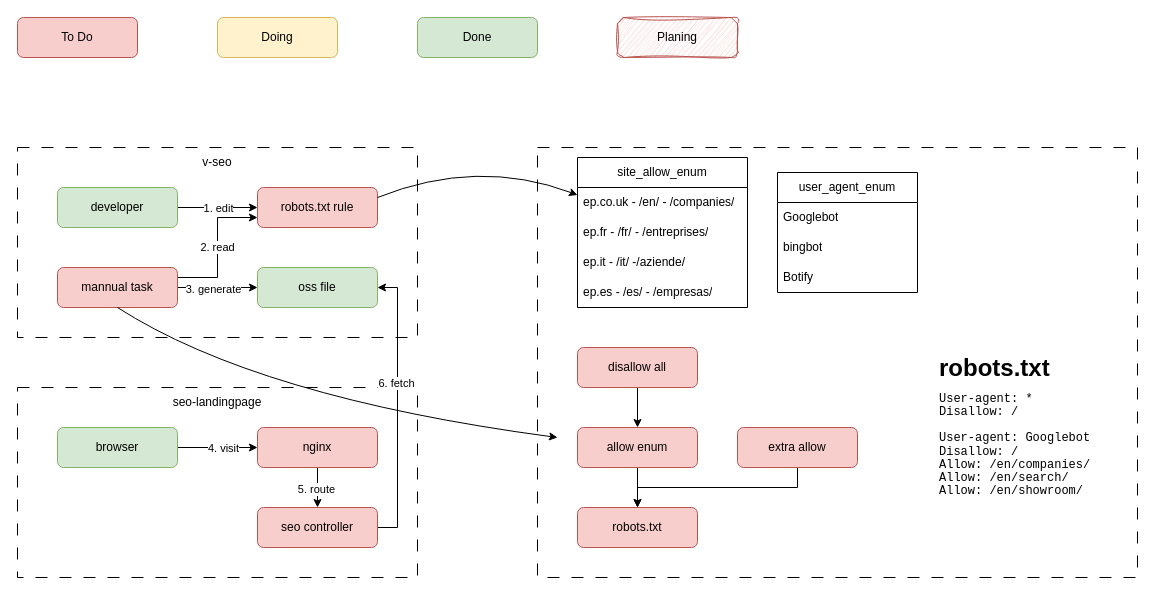
The draw.io diagram drawio/robotstxt.drawio in VisableHarry/seo-drawio, before the edit. Source tidied: cells renumbered, new cells numbered last; positions are measured from the earlier drawing's top-left corner, leaving out a move shared by most shapes. Both pictures are drawn from the tidied source at 100%, with x=0, y=0 at pixel (17, 17).
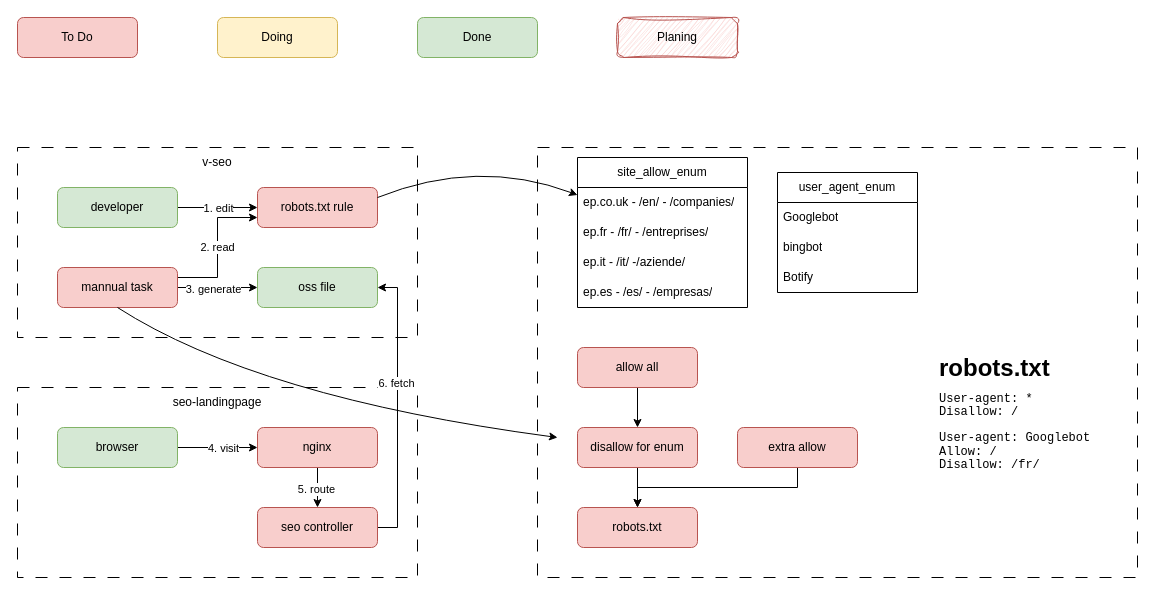
Above is the later version.

What changed in the source:
```diff
@@
-    <mxCell id="37" value="disallow all" style="rounded=1;whiteSpace=wrap;html=1;fillColor=#f8cecc;strokeColor=#b85450;" parent="1" vertex="1">
+    <mxCell id="37" value="allow all" style="rounded=1;whiteSpace=wrap;html=1;fillColor=#f8cecc;strokeColor=#b85450;" parent="1" vertex="1">
       <mxGeometry x="560" y="330" width="120" height="40" as="geometry" />
     </mxCell>
@@
-    <mxCell id="45" value="allow enum" style="rounded=1;whiteSpace=wrap;html=1;fillColor=#f8cecc;strokeColor=#b85450;" parent="1" vertex="1">
+    <mxCell id="45" value="disallow for enum" style="rounded=1;whiteSpace=wrap;html=1;fillColor=#f8cecc;strokeColor=#b85450;" parent="1" vertex="1">
       <mxGeometry x="560" y="410" width="120" height="40" as="geometry" />
     </mxCell>
@@
-    <mxCell id="48" value="&lt;h1 style=&quot;margin-top: 0px;&quot;&gt;robots.txt&lt;/h1&gt;&lt;pre style=&quot;line-height: 10%;&quot;&gt;User-agent: *&lt;/pre&gt;&lt;pre style=&quot;line-height: 10%;&quot;&gt;Disallow: /&lt;/pre&gt;&lt;pre style=&quot;line-height: 10%;&quot;&gt;&lt;br&gt;&lt;/pre&gt;&lt;pre style=&quot;line-height: 10%;&quot;&gt;User-agent: Googlebot&lt;/pre&gt;&lt;pre style=&quot;line-height: 10%;&quot;&gt;&lt;pre&gt;Disallow: /&lt;/pre&gt;&lt;pre&gt;Allow: /en/companies/&lt;/pre&gt;&lt;pre&gt;Allow: /en/search/&lt;/pre&gt;Allow: /en/showroom/&lt;/pre&gt;" style="text;html=1;whiteSpace=wrap;overflow=hidden;rounded=0;" parent="1" vertex="1">
+    <mxCell id="48" value="&lt;h1 style=&quot;margin-top: 0px;&quot;&gt;robots.txt&lt;/h1&gt;&lt;pre style=&quot;line-height: 10%;&quot;&gt;User-agent: *&lt;/pre&gt;&lt;pre style=&quot;line-height: 10%;&quot;&gt;Disallow: /&lt;/pre&gt;&lt;pre style=&quot;line-height: 10%;&quot;&gt;&lt;br&gt;&lt;/pre&gt;&lt;pre style=&quot;line-height: 10%;&quot;&gt;User-agent: Googlebot&lt;/pre&gt;&lt;pre style=&quot;line-height: 10%;&quot;&gt;&lt;pre&gt;Allow: /&lt;/pre&gt;&lt;pre&gt;Disallow: /fr/&lt;/pre&gt;&lt;/pre&gt;" style="text;html=1;whiteSpace=wrap;overflow=hidden;rounded=0;" parent="1" vertex="1">
       <mxGeometry x="920" y="330" width="180" height="200" as="geometry" />
     </mxCell>
```
